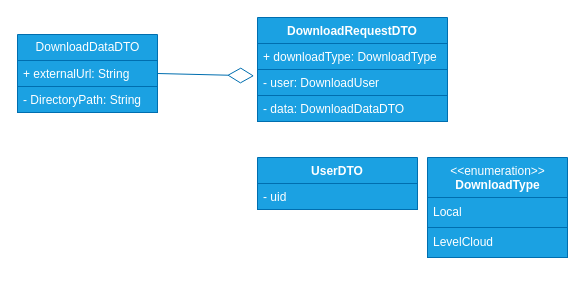
This is Wiki/Microservices/Music/Diagrama_UML.drawio from luishidalgoa/CloudStorage_Project, a draw.io file, before an edit. Source tidied: cells renumbered, new cells numbered last; positions are measured from the earlier drawing's top-left corner, leaving out a move shared by most shapes. Both pictures are drawn from the tidied source at 100%, with x=0, y=0 at pixel (17, 17).
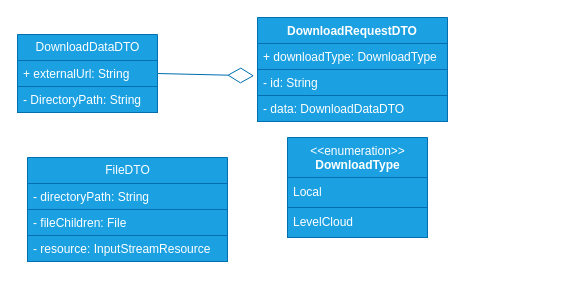
The same page after the edit.

Commit message (it also covers changes not shown here):
En los diagramas se cambio el servicio FTP por InputStreamResource

Change to the diagram source:
```diff
@@
 <mxGraphModel background="#ffffff">
   <root>
     <mxCell id="0" />
     <mxCell id="1" parent="0" />
     <mxCell id="2" value="DownloadDataDTO" style="swimlane;fontStyle=0;horizontal=1;startSize=26;fillColor=#1ba1e2;html=1;fontColor=#ffffff;strokeColor=#006EAF;" parent="1" vertex="1">
       <mxGeometry y="17" width="140" height="78" as="geometry" />
     </mxCell>
     <mxCell id="3" value="+ externalUrl: String" style="text;strokeColor=#006EAF;fillColor=#1ba1e2;align=left;verticalAlign=top;spacingLeft=4;spacingRight=4;overflow=hidden;whiteSpace=wrap;html=1;fontColor=#ffffff;" parent="2" vertex="1">
       <mxGeometry y="26" width="140" height="26" as="geometry" />
     </mxCell>
     <mxCell id="4" value="- DirectoryPath: String" style="text;strokeColor=#006EAF;fillColor=#1ba1e2;align=left;verticalAlign=top;spacingLeft=4;spacingRight=4;overflow=hidden;whiteSpace=wrap;html=1;fontColor=#ffffff;" parent="2" vertex="1">
       <mxGeometry y="52" width="140" height="26" as="geometry" />
     </mxCell>
     <mxCell id="5" value="&amp;lt;&amp;lt;enumeration&amp;gt;&amp;gt;&lt;br&gt;&lt;b&gt;DownloadType&lt;/b&gt;" style="swimlane;fontStyle=0;align=center;verticalAlign=top;horizontal=1;startSize=40;html=1;fillColor=#1ba1e2;fontColor=#ffffff;strokeColor=#006EAF;" parent="1" vertex="1">
-      <mxGeometry x="410" y="140" width="140" height="100" as="geometry" />
+      <mxGeometry x="270" y="120" width="140" height="100" as="geometry" />
     </mxCell>
     <mxCell id="6" value="Local" style="text;html=1;strokeColor=#006EAF;fillColor=#1ba1e2;align=left;verticalAlign=middle;spacingLeft=4;spacingRight=4;overflow=hidden;fontColor=#ffffff;" parent="5" vertex="1">
       <mxGeometry y="40" width="140" height="30" as="geometry" />
     </mxCell>
     <mxCell id="7" value="LevelCloud" style="text;html=1;strokeColor=#006EAF;fillColor=#1ba1e2;align=left;verticalAlign=middle;spacingLeft=4;spacingRight=4;overflow=hidden;fontColor=#ffffff;" parent="5" vertex="1">
       <mxGeometry y="70" width="140" height="30" as="geometry" />
     </mxCell>
     <mxCell id="8" value="DownloadRequestDTO" style="swimlane;fontStyle=1;align=center;verticalAlign=top;horizontal=1;startSize=26;fillColor=#1ba1e2;fontColor=#ffffff;strokeColor=#006EAF;" parent="1" vertex="1">
       <mxGeometry x="240" width="190" height="104" as="geometry" />
     </mxCell>
     <mxCell id="9" value="+ downloadType: DownloadType" style="text;strokeColor=#006EAF;fillColor=#1ba1e2;align=left;verticalAlign=top;spacingLeft=4;spacingRight=4;overflow=hidden;fontColor=#ffffff;" parent="8" vertex="1">
       <mxGeometry y="26" width="190" height="26" as="geometry" />
     </mxCell>
-    <mxCell id="10" value="- user: DownloadUser" style="text;strokeColor=#006EAF;fillColor=#1ba1e2;align=left;verticalAlign=top;spacingLeft=4;spacingRight=4;overflow=hidden;points=[[0,0.5],[1,0.5]];portConstraint=eastwest;fontColor=#ffffff;" parent="8" vertex="1">
-      <mxGeometry y="52" width="190" height="26" as="geometry" />
-    </mxCell>
+    <mxCell id="15" value="- id: String" style="text;strokeColor=#006EAF;fillColor=#1ba1e2;align=left;verticalAlign=top;spacingLeft=4;spacingRight=4;overflow=hidden;fontColor=#ffffff;" parent="8" vertex="1">
+      <mxGeometry y="52" width="190" height="26" as="geometry" />
+    </mxCell>
     <mxCell id="11" value="- data: DownloadDataDTO" style="text;strokeColor=#006EAF;fillColor=#1ba1e2;align=left;verticalAlign=top;spacingLeft=4;spacingRight=4;overflow=hidden;fontColor=#ffffff;" parent="8" vertex="1">
       <mxGeometry y="78" width="190" height="26" as="geometry" />
     </mxCell>
-    <mxCell id="12" value="UserDTO" style="swimlane;fontStyle=1;align=center;verticalAlign=top;horizontal=1;startSize=26;fillColor=#1ba1e2;fontColor=#ffffff;strokeColor=#006EAF;" parent="1" vertex="1">
-      <mxGeometry x="240" y="140" width="160" height="52" as="geometry" />
-    </mxCell>
-    <mxCell id="13" value="- uid" style="text;strokeColor=#006EAF;fillColor=#1ba1e2;align=left;verticalAlign=top;spacingLeft=4;spacingRight=4;overflow=hidden;fontColor=#ffffff;" parent="12" vertex="1">
-      <mxGeometry y="26" width="160" height="26" as="geometry" />
-    </mxCell>
-    <mxCell id="14" style="endArrow=diamondThin;endFill=0;endSize=24;html=1;entryX=-0.018;entryY=0.244;entryDx=0;entryDy=0;entryPerimeter=0;exitX=1;exitY=0.5;exitDx=0;exitDy=0;fillColor=#1ba1e2;strokeColor=#006EAF;" parent="1" edge="1" source="2" target="10">
-      <mxGeometry relative="1" as="geometry" />
+    <mxCell id="14" style="endArrow=diamondThin;endFill=0;endSize=24;html=1;entryX=-0.018;entryY=0.244;entryDx=0;entryDy=0;entryPerimeter=0;exitX=1;exitY=0.5;exitDx=0;exitDy=0;fillColor=#1ba1e2;strokeColor=#006EAF;" parent="1" edge="1" source="2">
+      <mxGeometry relative="1" as="geometry">
+        <mxPoint x="236.6" y="58.3" as="targetPoint" />
+      </mxGeometry>
     </mxCell>
+    <mxCell id="16" value="FileDTO" style="swimlane;fontStyle=0;horizontal=1;startSize=26;fillColor=#1ba1e2;html=1;fontColor=#ffffff;strokeColor=#006EAF;" parent="1" vertex="1">
+      <mxGeometry x="10" y="140" width="200" height="104" as="geometry" />
+    </mxCell>
+    <mxCell id="17" value="- directoryPath: String" style="text;strokeColor=#006EAF;fillColor=#1ba1e2;align=left;verticalAlign=top;spacingLeft=4;spacingRight=4;overflow=hidden;whiteSpace=wrap;html=1;fontColor=#ffffff;" parent="16" vertex="1">
+      <mxGeometry y="26" width="200" height="26" as="geometry" />
+    </mxCell>
+    <mxCell id="18" value="- fileChildren: File" style="text;strokeColor=#006EAF;fillColor=#1ba1e2;align=left;verticalAlign=top;spacingLeft=4;spacingRight=4;overflow=hidden;whiteSpace=wrap;html=1;fontColor=#ffffff;" parent="16" vertex="1">
+      <mxGeometry y="52" width="200" height="26" as="geometry" />
+    </mxCell>
+    <mxCell id="19" value="- resource: InputStreamResource" style="text;strokeColor=#006EAF;fillColor=#1ba1e2;align=left;verticalAlign=top;spacingLeft=4;spacingRight=4;overflow=hidden;whiteSpace=wrap;html=1;fontColor=#ffffff;" parent="16" vertex="1">
+      <mxGeometry y="78" width="200" height="26" as="geometry" />
+    </mxCell>
   </root>
 </mxGraphModel>
```
